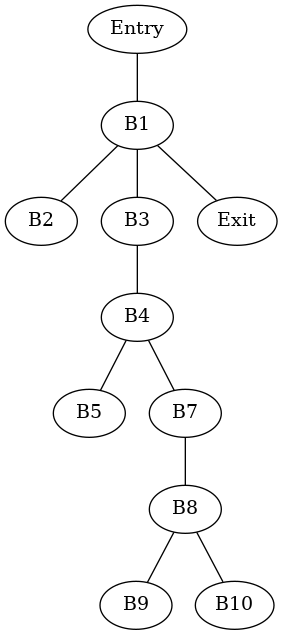
aprell/compiler-potpourri keeps this Graphviz diagram as control_flow/analysis/examples/fib_001_domtree.png. Above is the earlier version. Its source is kept beside it as control_flow/analysis/examples/fib_001_domtree.dot. The source it was exported from:
```dot
graph DominatorTree {
    Entry -- B1;
    B1 -- B2;
    B1 -- B3;
    B1 -- Exit;
    B3 -- B4;
    B4 -- B5;
    B4 -- B7;
    B7 -- B8;
    B8 -- B9;
    B8 -- B10;
}
```
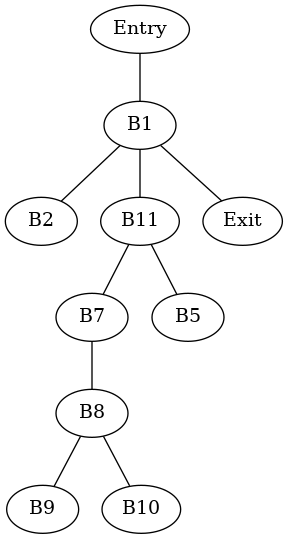
After the commit.

Diff of the diagram source:
```diff
@@ -1,12 +1,11 @@
 graph DominatorTree {
     Entry -- B1;
     B1 -- B2;
-    B1 -- B3;
+    B1 -- B11;
     B1 -- Exit;
-    B3 -- B4;
-    B4 -- B5;
-    B4 -- B7;
     B7 -- B8;
     B8 -- B9;
     B8 -- B10;
+    B11 -- B5;
+    B11 -- B7;
 }
```
